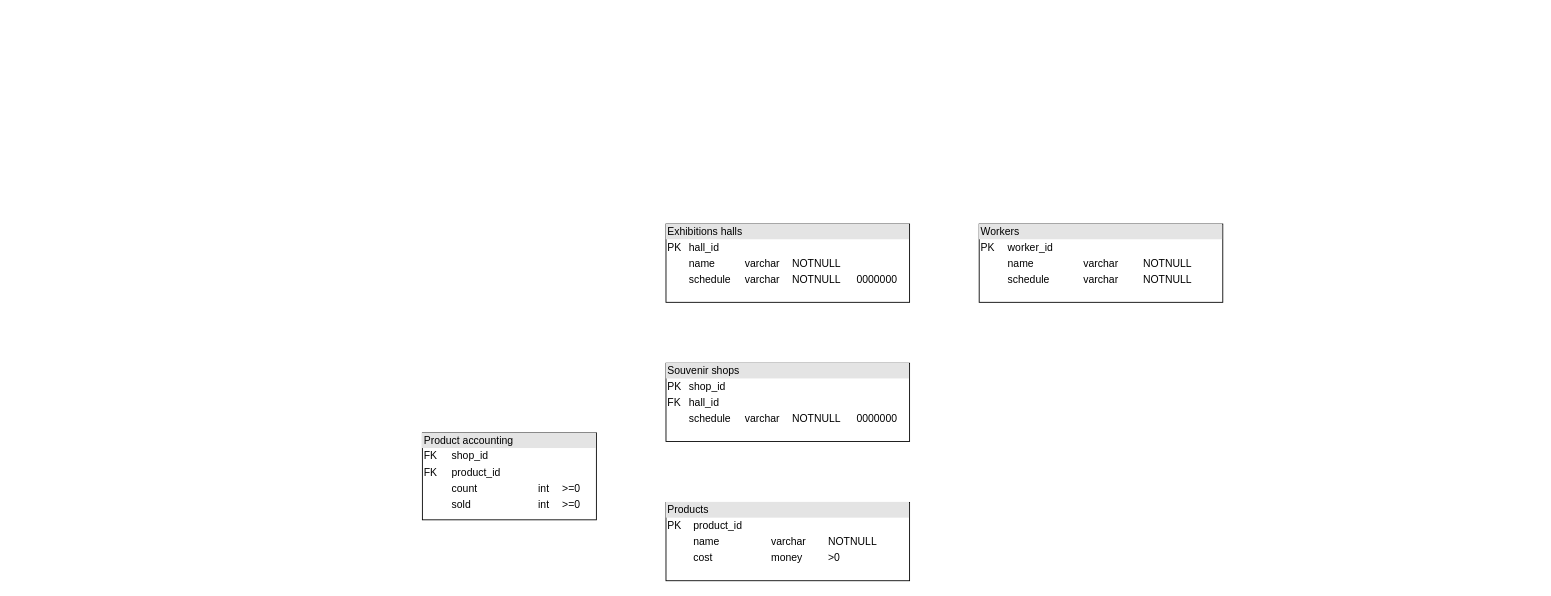
Above: Art_museum_Morozova_Kakoulina_Vokina.drawio in polyymorr/art-museum (draw.io), before the change. Source tidied: cells renumbered, new cells numbered last; positions are measured from the earlier drawing's top-left corner, leaving out a move shared by most shapes. Both pictures are drawn from the tidied source at 87%, with x=0, y=0 at pixel (422, 224).
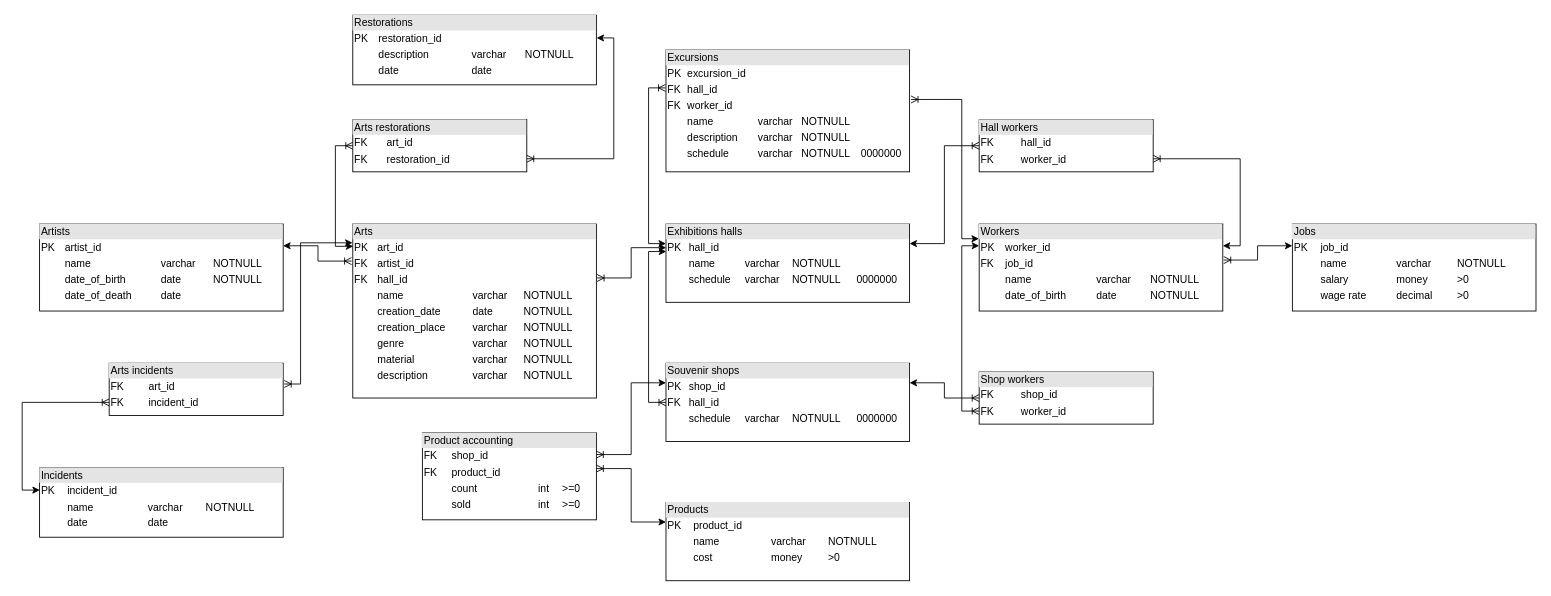
After the change.

The change refers to these unchanged cells:
```xml
<mxCell id="2" value="&lt;div style=&quot;box-sizing: border-box ; width: 100% ; background: #e4e4e4 ; padding: 2px&quot;&gt;Exhibitions halls&lt;/div&gt;&lt;table style=&quot;width: 100% ; font-size: 1em&quot; cellpadding=&quot;2&quot; cellspacing=&quot;0&quot;&gt;&lt;tbody&gt;&lt;tr&gt;&lt;td&gt;PK&lt;/td&gt;&lt;td&gt;hall_id&lt;br&gt;&lt;/td&gt;&lt;td&gt;&lt;br&gt;&lt;/td&gt;&lt;td&gt;&lt;br&gt;&lt;/td&gt;&lt;td&gt;&lt;br&gt;&lt;/td&gt;&lt;/tr&gt;&lt;tr&gt;&lt;td&gt;&lt;br&gt;&lt;/td&gt;&lt;td&gt;name&lt;/td&gt;&lt;td&gt;varchar&lt;/td&gt;&lt;td&gt;NOTNULL&lt;/td&gt;&lt;td&gt;&lt;br&gt;&lt;/td&gt;&lt;/tr&gt;&lt;tr&gt;&lt;td&gt;&lt;br&gt;&lt;/td&gt;&lt;td&gt;schedule&lt;/td&gt;&lt;td&gt;varchar&lt;/td&gt;&lt;td&gt;NOTNULL&lt;/td&gt;&lt;td&gt;0000000&lt;/td&gt;&lt;/tr&gt;&lt;/tbody&gt;&lt;/table&gt;" style="verticalAlign=top;align=left;overflow=fill;html=1;" parent="1" vertex="1">
  <mxGeometry x="280" width="280" height="90" as="geometry" />
</mxCell>
<mxCell id="3" value="&lt;div style=&quot;box-sizing: border-box ; width: 100% ; background: #e4e4e4 ; padding: 2px&quot;&gt;Souvenir shops&lt;/div&gt;&lt;table style=&quot;width: 100% ; font-size: 1em&quot; cellpadding=&quot;2&quot; cellspacing=&quot;0&quot;&gt;&lt;tbody&gt;&lt;tr&gt;&lt;td&gt;PK&lt;/td&gt;&lt;td&gt;shop_id&lt;br&gt;&lt;/td&gt;&lt;td&gt;&lt;br&gt;&lt;/td&gt;&lt;td&gt;&lt;br&gt;&lt;/td&gt;&lt;td&gt;&lt;br&gt;&lt;/td&gt;&lt;/tr&gt;&lt;tr&gt;&lt;td&gt;FK&lt;/td&gt;&lt;td&gt;hall_id&lt;br&gt;&lt;/td&gt;&lt;td&gt;&lt;/td&gt;&lt;td&gt;&lt;/td&gt;&lt;td&gt;&lt;/td&gt;&lt;/tr&gt;&lt;tr&gt;&lt;td&gt;&lt;br&gt;&lt;/td&gt;&lt;td&gt;schedule&lt;/td&gt;&lt;td&gt;varchar&lt;/td&gt;&lt;td&gt;NOTNULL&lt;/td&gt;&lt;td&gt;0000000&lt;/td&gt;&lt;/tr&gt;&lt;/tbody&gt;&lt;/table&gt;" style="verticalAlign=top;align=left;overflow=fill;html=1;" parent="1" vertex="1">
  <mxGeometry x="280" y="160" width="280" height="90" as="geometry" />
</mxCell>
<mxCell id="4" value="&lt;div style=&quot;box-sizing: border-box ; width: 100% ; background: #e4e4e4 ; padding: 2px&quot;&gt;Products&lt;/div&gt;&lt;table style=&quot;width: 100% ; font-size: 1em&quot; cellpadding=&quot;2&quot; cellspacing=&quot;0&quot;&gt;&lt;tbody&gt;&lt;tr&gt;&lt;td&gt;PK&lt;/td&gt;&lt;td&gt;product_id&lt;br&gt;&lt;/td&gt;&lt;td&gt;&lt;br&gt;&lt;/td&gt;&lt;td&gt;&lt;br&gt;&lt;/td&gt;&lt;td&gt;&lt;br&gt;&lt;/td&gt;&lt;/tr&gt;&lt;tr&gt;&lt;td&gt;&lt;br&gt;&lt;/td&gt;&lt;td&gt;name&lt;/td&gt;&lt;td&gt;varchar&lt;/td&gt;&lt;td&gt;NOTNULL&lt;/td&gt;&lt;td&gt;&lt;/td&gt;&lt;/tr&gt;&lt;tr&gt;&lt;td&gt;&lt;br&gt;&lt;/td&gt;&lt;td&gt;cost&lt;/td&gt;&lt;td&gt;money&lt;/td&gt;&lt;td&gt;&amp;gt;0&lt;/td&gt;&lt;td&gt;&lt;br&gt;&lt;/td&gt;&lt;/tr&gt;&lt;/tbody&gt;&lt;/table&gt;" style="verticalAlign=top;align=left;overflow=fill;html=1;" parent="1" vertex="1">
  <mxGeometry x="280" y="320" width="280" height="90" as="geometry" />
</mxCell>
<mxCell id="5" value="&lt;div style=&quot;box-sizing: border-box ; width: 100% ; background: rgb(228 , 228 , 228) ; padding: 2px&quot;&gt;Product accounting&lt;/div&gt;&lt;table style=&quot;width: 100% ; font-size: 1em&quot; cellpadding=&quot;2&quot; cellspacing=&quot;0&quot;&gt;&lt;tbody&gt;&lt;tr&gt;&lt;td&gt;FK&lt;/td&gt;&lt;td&gt;shop_id&lt;br&gt;&lt;/td&gt;&lt;td&gt;&lt;br&gt;&lt;/td&gt;&lt;td&gt;&lt;br&gt;&lt;/td&gt;&lt;/tr&gt;&lt;tr&gt;&lt;td&gt;FK&lt;/td&gt;&lt;td&gt;product_id&lt;/td&gt;&lt;td&gt;&lt;/td&gt;&lt;td&gt;&lt;br&gt;&lt;/td&gt;&lt;/tr&gt;&lt;tr&gt;&lt;td&gt;&lt;br&gt;&lt;/td&gt;&lt;td&gt;count&lt;/td&gt;&lt;td&gt;int&lt;/td&gt;&lt;td&gt;&amp;gt;=0&lt;/td&gt;&lt;/tr&gt;&lt;tr&gt;&lt;td&gt;&lt;br&gt;&lt;/td&gt;&lt;td&gt;sold&lt;/td&gt;&lt;td&gt;int&lt;/td&gt;&lt;td&gt;&amp;gt;=0&lt;/td&gt;&lt;/tr&gt;&lt;/tbody&gt;&lt;/table&gt;" style="verticalAlign=top;align=left;overflow=fill;html=1;" parent="1" vertex="1">
  <mxGeometry y="240" width="200" height="100" as="geometry" />
</mxCell>
```

What changed in the source:
```diff
@@
+    <mxCell id="7" style="edgeStyle=orthogonalEdgeStyle;rounded=0;jettySize=auto;html=1;exitX=0;exitY=0.5;exitDx=0;exitDy=0;entryX=0.001;entryY=0.351;entryDx=0;entryDy=0;entryPerimeter=0;startArrow=ERoneToMany;startFill=0;" parent="1" edge="1" source="3" target="2">
+      <mxGeometry relative="1" as="geometry" />
+    </mxCell>
@@
+    <mxCell id="8" style="edgeStyle=orthogonalEdgeStyle;rounded=0;jettySize=auto;html=1;exitX=1;exitY=0.25;exitDx=0;exitDy=0;entryX=0;entryY=0.25;entryDx=0;entryDy=0;startArrow=ERoneToMany;startFill=0;" parent="1" edge="1" source="5" target="3">
+      <mxGeometry relative="1" as="geometry" />
+    </mxCell>
+    <mxCell id="9" style="edgeStyle=orthogonalEdgeStyle;rounded=0;jettySize=auto;html=1;exitX=1;exitY=0.411;exitDx=0;exitDy=0;entryX=0;entryY=0.25;entryDx=0;entryDy=0;startArrow=ERoneToMany;startFill=0;exitPerimeter=0;" parent="1" edge="1" source="5" target="4">
+      <mxGeometry relative="1" as="geometry" />
+    </mxCell>
@@
+    <mxCell id="10" style="edgeStyle=orthogonalEdgeStyle;rounded=0;jettySize=auto;html=1;entryX=0;entryY=0.25;entryDx=0;entryDy=0;startArrow=ERoneToMany;startFill=0;exitX=1.004;exitY=0.414;exitDx=0;exitDy=0;exitPerimeter=0;" parent="1" edge="1" source="6" target="11">
+      <mxGeometry relative="1" as="geometry" />
+    </mxCell>
-    <mxCell id="6" value="&lt;div style=&quot;box-sizing: border-box ; width: 100% ; background: #e4e4e4 ; padding: 2px&quot;&gt;Workers&lt;/div&gt;&lt;table style=&quot;width: 100% ; font-size: 1em&quot; cellpadding=&quot;2&quot; cellspacing=&quot;0&quot;&gt;&lt;tbody&gt;&lt;tr&gt;&lt;td&gt;PK&lt;/td&gt;&lt;td&gt;worker_id&lt;br&gt;&lt;/td&gt;&lt;td&gt;&lt;br&gt;&lt;/td&gt;&lt;td&gt;&lt;br&gt;&lt;/td&gt;&lt;/tr&gt;&lt;tr&gt;&lt;td&gt;&lt;br&gt;&lt;/td&gt;&lt;td&gt;name&lt;/td&gt;&lt;td&gt;varchar&lt;/td&gt;&lt;td&gt;NOTNULL&lt;/td&gt;&lt;/tr&gt;&lt;tr&gt;&lt;td&gt;&lt;br&gt;&lt;/td&gt;&lt;td&gt;schedule&lt;/td&gt;&lt;td&gt;varchar&lt;/td&gt;&lt;td&gt;NOTNULL&lt;/td&gt;&lt;/tr&gt;&lt;/tbody&gt;&lt;/table&gt;" style="verticalAlign=top;align=left;overflow=fill;html=1;" parent="1" vertex="1">
-      <mxGeometry x="640" width="280" height="90" as="geometry" />
+    <mxCell id="6" value="&lt;div style=&quot;box-sizing: border-box ; width: 100% ; background: #e4e4e4 ; padding: 2px&quot;&gt;Workers&lt;/div&gt;&lt;table style=&quot;width: 100% ; font-size: 1em&quot; cellpadding=&quot;2&quot; cellspacing=&quot;0&quot;&gt;&lt;tbody&gt;&lt;tr&gt;&lt;td&gt;PK&lt;/td&gt;&lt;td&gt;worker_id&lt;br&gt;&lt;/td&gt;&lt;td&gt;&lt;br&gt;&lt;/td&gt;&lt;td&gt;&lt;br&gt;&lt;/td&gt;&lt;/tr&gt;&lt;tr&gt;&lt;td&gt;FK&lt;/td&gt;&lt;td&gt;job_id&lt;/td&gt;&lt;td&gt;&lt;br&gt;&lt;/td&gt;&lt;td&gt;&lt;br&gt;&lt;/td&gt;&lt;/tr&gt;&lt;tr&gt;&lt;td&gt;&lt;br&gt;&lt;/td&gt;&lt;td&gt;name&lt;/td&gt;&lt;td&gt;varchar&lt;/td&gt;&lt;td&gt;NOTNULL&lt;/td&gt;&lt;/tr&gt;&lt;tr&gt;&lt;td&gt;&lt;br&gt;&lt;/td&gt;&lt;td&gt;date_of_birth&lt;/td&gt;&lt;td&gt;date&lt;/td&gt;&lt;td&gt;NOTNULL&lt;/td&gt;&lt;/tr&gt;&lt;/tbody&gt;&lt;/table&gt;" style="verticalAlign=top;align=left;overflow=fill;html=1;" parent="1" vertex="1">
+      <mxGeometry x="640" width="280" height="100" as="geometry" />
     </mxCell>
+    <mxCell id="11" value="&lt;div style=&quot;box-sizing: border-box ; width: 100% ; background: #e4e4e4 ; padding: 2px&quot;&gt;Jobs&lt;/div&gt;&lt;table style=&quot;width: 100% ; font-size: 1em&quot; cellpadding=&quot;2&quot; cellspacing=&quot;0&quot;&gt;&lt;tbody&gt;&lt;tr&gt;&lt;td&gt;PK&lt;/td&gt;&lt;td&gt;job_id&lt;br&gt;&lt;/td&gt;&lt;td&gt;&lt;br&gt;&lt;/td&gt;&lt;td&gt;&lt;br&gt;&lt;/td&gt;&lt;/tr&gt;&lt;tr&gt;&lt;td&gt;&lt;br&gt;&lt;/td&gt;&lt;td&gt;name&lt;/td&gt;&lt;td&gt;varchar&lt;/td&gt;&lt;td&gt;NOTNULL&lt;/td&gt;&lt;/tr&gt;&lt;tr&gt;&lt;td&gt;&lt;br&gt;&lt;/td&gt;&lt;td&gt;salary&lt;/td&gt;&lt;td&gt;money&lt;/td&gt;&lt;td&gt;&amp;gt;0&lt;/td&gt;&lt;/tr&gt;&lt;tr&gt;&lt;td&gt;&lt;br&gt;&lt;/td&gt;&lt;td&gt;wage rate&lt;/td&gt;&lt;td&gt;decimal&lt;/td&gt;&lt;td&gt;&amp;gt;0&lt;/td&gt;&lt;/tr&gt;&lt;/tbody&gt;&lt;/table&gt;" style="verticalAlign=top;align=left;overflow=fill;html=1;" parent="1" vertex="1">
+      <mxGeometry x="1000" width="280" height="100" as="geometry" />
+    </mxCell>
+    <mxCell id="12" style="edgeStyle=orthogonalEdgeStyle;rounded=0;jettySize=auto;html=1;exitX=0;exitY=0.5;exitDx=0;exitDy=0;entryX=1;entryY=0.25;entryDx=0;entryDy=0;startArrow=ERoneToMany;startFill=0;" parent="1" edge="1" source="14" target="3">
+      <mxGeometry relative="1" as="geometry" />
+    </mxCell>
+    <mxCell id="13" style="edgeStyle=orthogonalEdgeStyle;rounded=0;jettySize=auto;html=1;exitX=0;exitY=0.75;exitDx=0;exitDy=0;entryX=0;entryY=0.25;entryDx=0;entryDy=0;startArrow=ERoneToMany;startFill=0;" parent="1" edge="1" source="14" target="6">
+      <mxGeometry relative="1" as="geometry" />
+    </mxCell>
+    <mxCell id="14" value="&lt;div style=&quot;box-sizing: border-box ; width: 100% ; background: rgb(228 , 228 , 228) ; padding: 2px&quot;&gt;Shop workers&lt;/div&gt;&lt;table style=&quot;width: 100% ; font-size: 1em&quot; cellpadding=&quot;2&quot; cellspacing=&quot;0&quot;&gt;&lt;tbody&gt;&lt;tr&gt;&lt;td&gt;FK&lt;/td&gt;&lt;td&gt;shop_id&lt;br&gt;&lt;/td&gt;&lt;td&gt;&lt;br&gt;&lt;/td&gt;&lt;td&gt;&lt;br&gt;&lt;/td&gt;&lt;/tr&gt;&lt;tr&gt;&lt;td&gt;FK&lt;/td&gt;&lt;td&gt;worker_id&lt;/td&gt;&lt;td&gt;&lt;/td&gt;&lt;td&gt;&lt;br&gt;&lt;/td&gt;&lt;/tr&gt;&lt;/tbody&gt;&lt;/table&gt;" style="verticalAlign=top;align=left;overflow=fill;html=1;" parent="1" vertex="1">
+      <mxGeometry x="640" y="170" width="200" height="60" as="geometry" />
+    </mxCell>
+    <mxCell id="15" style="edgeStyle=orthogonalEdgeStyle;rounded=0;jettySize=auto;html=1;exitX=0;exitY=0.5;exitDx=0;exitDy=0;entryX=1;entryY=0.25;entryDx=0;entryDy=0;startArrow=ERoneToMany;startFill=0;" parent="1" edge="1" source="17" target="2">
+      <mxGeometry relative="1" as="geometry" />
+    </mxCell>
+    <mxCell id="16" style="edgeStyle=orthogonalEdgeStyle;rounded=0;jettySize=auto;html=1;exitX=1;exitY=0.75;exitDx=0;exitDy=0;entryX=1;entryY=0.25;entryDx=0;entryDy=0;startArrow=ERoneToMany;startFill=0;" parent="1" edge="1" source="17" target="6">
+      <mxGeometry relative="1" as="geometry" />
+    </mxCell>
+    <mxCell id="17" value="&lt;div style=&quot;box-sizing: border-box ; width: 100% ; background: rgb(228 , 228 , 228) ; padding: 2px&quot;&gt;Hall workers&lt;/div&gt;&lt;table style=&quot;width: 100% ; font-size: 1em&quot; cellpadding=&quot;2&quot; cellspacing=&quot;0&quot;&gt;&lt;tbody&gt;&lt;tr&gt;&lt;td&gt;FK&lt;/td&gt;&lt;td&gt;hall_id&lt;br&gt;&lt;/td&gt;&lt;td&gt;&lt;br&gt;&lt;/td&gt;&lt;td&gt;&lt;br&gt;&lt;/td&gt;&lt;/tr&gt;&lt;tr&gt;&lt;td&gt;FK&lt;/td&gt;&lt;td&gt;worker_id&lt;/td&gt;&lt;td&gt;&lt;/td&gt;&lt;td&gt;&lt;br&gt;&lt;/td&gt;&lt;/tr&gt;&lt;/tbody&gt;&lt;/table&gt;" style="verticalAlign=top;align=left;overflow=fill;html=1;" parent="1" vertex="1">
+      <mxGeometry x="640" y="-120" width="200" height="60" as="geometry" />
+    </mxCell>
+    <mxCell id="18" style="edgeStyle=orthogonalEdgeStyle;rounded=0;jettySize=auto;html=1;exitX=-0.005;exitY=0.213;exitDx=0;exitDy=0;entryX=1;entryY=0.25;entryDx=0;entryDy=0;startArrow=ERoneToMany;startFill=0;exitPerimeter=0;" parent="1" edge="1" source="20" target="21">
+      <mxGeometry relative="1" as="geometry" />
+    </mxCell>
+    <mxCell id="19" style="edgeStyle=orthogonalEdgeStyle;rounded=0;jettySize=auto;html=1;exitX=1.003;exitY=0.31;exitDx=0;exitDy=0;entryX=0.001;entryY=0.302;entryDx=0;entryDy=0;entryPerimeter=0;startArrow=ERoneToMany;startFill=0;exitPerimeter=0;" parent="1" edge="1" source="20" target="2">
+      <mxGeometry relative="1" as="geometry" />
+    </mxCell>
+    <mxCell id="20" value="&lt;div style=&quot;box-sizing: border-box ; width: 100% ; background: #e4e4e4 ; padding: 2px&quot;&gt;Arts&lt;/div&gt;&lt;table style=&quot;width: 100% ; font-size: 1em&quot; cellpadding=&quot;2&quot; cellspacing=&quot;0&quot;&gt;&lt;tbody&gt;&lt;tr&gt;&lt;td&gt;PK&lt;/td&gt;&lt;td&gt;art_id&lt;br&gt;&lt;/td&gt;&lt;td&gt;&lt;br&gt;&lt;/td&gt;&lt;td&gt;&lt;br&gt;&lt;/td&gt;&lt;td&gt;&lt;br&gt;&lt;/td&gt;&lt;/tr&gt;&lt;tr&gt;&lt;td&gt;FK&lt;/td&gt;&lt;td&gt;artist_id&lt;/td&gt;&lt;td&gt;&lt;br&gt;&lt;/td&gt;&lt;td&gt;&lt;br&gt;&lt;/td&gt;&lt;td&gt;&lt;br&gt;&lt;/td&gt;&lt;/tr&gt;&lt;tr&gt;&lt;td&gt;FK&lt;/td&gt;&lt;td&gt;hall_id&lt;/td&gt;&lt;td&gt;&lt;br&gt;&lt;/td&gt;&lt;td&gt;&lt;br&gt;&lt;/td&gt;&lt;td&gt;&lt;br&gt;&lt;/td&gt;&lt;/tr&gt;&lt;tr&gt;&lt;td&gt;&lt;br&gt;&lt;/td&gt;&lt;td&gt;name&lt;/td&gt;&lt;td&gt;varchar&lt;/td&gt;&lt;td&gt;NOTNULL&lt;/td&gt;&lt;td&gt;&lt;br&gt;&lt;/td&gt;&lt;/tr&gt;&lt;tr&gt;&lt;td&gt;&lt;br&gt;&lt;/td&gt;&lt;td&gt;creation_date&lt;/td&gt;&lt;td&gt;date&lt;/td&gt;&lt;td&gt;NOTNULL&lt;/td&gt;&lt;td&gt;&lt;/td&gt;&lt;/tr&gt;&lt;tr&gt;&lt;td&gt;&lt;br&gt;&lt;/td&gt;&lt;td&gt;creation_place&lt;/td&gt;&lt;td&gt;varchar&lt;/td&gt;&lt;td&gt;NOTNULL&lt;/td&gt;&lt;td&gt;&lt;br&gt;&lt;/td&gt;&lt;/tr&gt;&lt;tr&gt;&lt;td&gt;&lt;br&gt;&lt;/td&gt;&lt;td&gt;genre&lt;/td&gt;&lt;td&gt;varchar&lt;/td&gt;&lt;td&gt;NOTNULL&lt;/td&gt;&lt;td&gt;&lt;br&gt;&lt;/td&gt;&lt;/tr&gt;&lt;tr&gt;&lt;td&gt;&lt;br&gt;&lt;/td&gt;&lt;td&gt;material&lt;/td&gt;&lt;td&gt;varchar&lt;/td&gt;&lt;td&gt;NOTNULL&lt;/td&gt;&lt;td&gt;&lt;br&gt;&lt;/td&gt;&lt;/tr&gt;&lt;tr&gt;&lt;td&gt;&lt;br&gt;&lt;/td&gt;&lt;td&gt;description&lt;/td&gt;&lt;td&gt;varchar&lt;/td&gt;&lt;td&gt;NOTNULL&lt;/td&gt;&lt;td&gt;&lt;br&gt;&lt;/td&gt;&lt;/tr&gt;&lt;/tbody&gt;&lt;/table&gt;" style="verticalAlign=top;align=left;overflow=fill;html=1;" parent="1" vertex="1">
+      <mxGeometry x="-80" width="280" height="200" as="geometry" />
+    </mxCell>
+    <mxCell id="21" value="&lt;div style=&quot;box-sizing: border-box ; width: 100% ; background: #e4e4e4 ; padding: 2px&quot;&gt;Artists&lt;/div&gt;&lt;table style=&quot;width: 100% ; font-size: 1em&quot; cellpadding=&quot;2&quot; cellspacing=&quot;0&quot;&gt;&lt;tbody&gt;&lt;tr&gt;&lt;td&gt;PK&lt;/td&gt;&lt;td&gt;artist_id&lt;br&gt;&lt;/td&gt;&lt;td&gt;&lt;br&gt;&lt;/td&gt;&lt;td&gt;&lt;br&gt;&lt;/td&gt;&lt;/tr&gt;&lt;tr&gt;&lt;td&gt;&lt;br&gt;&lt;/td&gt;&lt;td&gt;name&lt;/td&gt;&lt;td&gt;varchar&lt;/td&gt;&lt;td&gt;NOTNULL&lt;/td&gt;&lt;/tr&gt;&lt;tr&gt;&lt;td&gt;&lt;br&gt;&lt;/td&gt;&lt;td&gt;date_of_birth&lt;/td&gt;&lt;td&gt;date&lt;/td&gt;&lt;td&gt;NOTNULL&lt;/td&gt;&lt;/tr&gt;&lt;tr&gt;&lt;td&gt;&lt;br&gt;&lt;/td&gt;&lt;td&gt;date_of_death&lt;/td&gt;&lt;td&gt;date&lt;/td&gt;&lt;td&gt;&lt;br&gt;&lt;/td&gt;&lt;/tr&gt;&lt;/tbody&gt;&lt;/table&gt;" style="verticalAlign=top;align=left;overflow=fill;html=1;" parent="1" vertex="1">
+      <mxGeometry x="-440" width="280" height="100" as="geometry" />
+    </mxCell>
+    <mxCell id="22" value="&lt;div style=&quot;box-sizing: border-box ; width: 100% ; background: #e4e4e4 ; padding: 2px&quot;&gt;Incidents&lt;/div&gt;&lt;table style=&quot;width: 100% ; font-size: 1em&quot; cellpadding=&quot;2&quot; cellspacing=&quot;0&quot;&gt;&lt;tbody&gt;&lt;tr&gt;&lt;td&gt;PK&lt;/td&gt;&lt;td&gt;incident_id&lt;br&gt;&lt;/td&gt;&lt;td&gt;&lt;br&gt;&lt;/td&gt;&lt;td&gt;&lt;br&gt;&lt;/td&gt;&lt;/tr&gt;&lt;tr&gt;&lt;td&gt;&lt;br&gt;&lt;/td&gt;&lt;td&gt;name&lt;/td&gt;&lt;td&gt;varchar&lt;/td&gt;&lt;td&gt;NOTNULL&lt;/td&gt;&lt;/tr&gt;&lt;tr&gt;&lt;td&gt;&lt;br&gt;&lt;/td&gt;&lt;td&gt;date&lt;/td&gt;&lt;td&gt;date&lt;/td&gt;&lt;td&gt;&lt;br&gt;&lt;/td&gt;&lt;/tr&gt;&lt;/tbody&gt;&lt;/table&gt;" style="verticalAlign=top;align=left;overflow=fill;html=1;" parent="1" vertex="1">
+      <mxGeometry x="-440" y="280" width="280" height="80" as="geometry" />
+    </mxCell>
+    <mxCell id="23" style="edgeStyle=orthogonalEdgeStyle;rounded=0;jettySize=auto;html=1;exitX=1.006;exitY=0.398;exitDx=0;exitDy=0;entryX=-0.001;entryY=0.108;entryDx=0;entryDy=0;entryPerimeter=0;startArrow=ERoneToMany;startFill=0;exitPerimeter=0;" parent="1" edge="1" source="25" target="20">
+      <mxGeometry relative="1" as="geometry">
+        <Array as="points">
+          <mxPoint x="-140" y="184" />
+          <mxPoint x="-140" y="22" />
+        </Array>
+      </mxGeometry>
+    </mxCell>
+    <mxCell id="24" style="edgeStyle=orthogonalEdgeStyle;rounded=0;jettySize=auto;html=1;exitX=0;exitY=0.75;exitDx=0;exitDy=0;entryX=0.001;entryY=0.323;entryDx=0;entryDy=0;entryPerimeter=0;startArrow=ERoneToMany;startFill=0;" parent="1" edge="1" source="25" target="22">
+      <mxGeometry relative="1" as="geometry" />
+    </mxCell>
+    <mxCell id="25" value="&lt;div style=&quot;box-sizing: border-box ; width: 100% ; background: rgb(228 , 228 , 228) ; padding: 2px&quot;&gt;Arts incidents&lt;/div&gt;&lt;table style=&quot;width: 100% ; font-size: 1em&quot; cellpadding=&quot;2&quot; cellspacing=&quot;0&quot;&gt;&lt;tbody&gt;&lt;tr&gt;&lt;td&gt;FK&lt;/td&gt;&lt;td&gt;art_id&lt;br&gt;&lt;/td&gt;&lt;td&gt;&lt;br&gt;&lt;/td&gt;&lt;td&gt;&lt;br&gt;&lt;/td&gt;&lt;/tr&gt;&lt;tr&gt;&lt;td&gt;FK&lt;/td&gt;&lt;td&gt;incident_id&lt;/td&gt;&lt;td&gt;&lt;/td&gt;&lt;td&gt;&lt;br&gt;&lt;/td&gt;&lt;/tr&gt;&lt;/tbody&gt;&lt;/table&gt;" style="verticalAlign=top;align=left;overflow=fill;html=1;" parent="1" vertex="1">
+      <mxGeometry x="-360" y="160" width="200" height="60" as="geometry" />
+    </mxCell>
+    <mxCell id="26" style="edgeStyle=orthogonalEdgeStyle;rounded=0;jettySize=auto;html=1;exitX=-0.002;exitY=0.311;exitDx=0;exitDy=0;entryX=0;entryY=0.25;entryDx=0;entryDy=0;startArrow=ERoneToMany;startFill=0;exitPerimeter=0;" parent="1" edge="1" source="28" target="2">
+      <mxGeometry relative="1" as="geometry" />
+    </mxCell>
+    <mxCell id="27" style="edgeStyle=orthogonalEdgeStyle;rounded=0;jettySize=auto;html=1;exitX=1.006;exitY=0.406;exitDx=0;exitDy=0;entryX=-0.001;entryY=0.169;entryDx=0;entryDy=0;entryPerimeter=0;startArrow=ERoneToMany;startFill=0;exitPerimeter=0;" parent="1" edge="1" source="28" target="6">
+      <mxGeometry relative="1" as="geometry">
+        <Array as="points">
+          <mxPoint x="620" y="-143" />
+          <mxPoint x="620" y="17" />
+        </Array>
+      </mxGeometry>
+    </mxCell>
+    <mxCell id="28" value="&lt;div style=&quot;box-sizing: border-box ; width: 100% ; background: #e4e4e4 ; padding: 2px&quot;&gt;Excursions&lt;/div&gt;&lt;table style=&quot;width: 100% ; font-size: 1em&quot; cellpadding=&quot;2&quot; cellspacing=&quot;0&quot;&gt;&lt;tbody&gt;&lt;tr&gt;&lt;td&gt;PK&lt;/td&gt;&lt;td&gt;excursion_id&lt;br&gt;&lt;/td&gt;&lt;td&gt;&lt;br&gt;&lt;/td&gt;&lt;td&gt;&lt;br&gt;&lt;/td&gt;&lt;td&gt;&lt;br&gt;&lt;/td&gt;&lt;/tr&gt;&lt;tr&gt;&lt;td&gt;FK&lt;/td&gt;&lt;td&gt;hall_id&lt;/td&gt;&lt;td&gt;&lt;br&gt;&lt;/td&gt;&lt;td&gt;&lt;br&gt;&lt;/td&gt;&lt;td&gt;&lt;br&gt;&lt;/td&gt;&lt;/tr&gt;&lt;tr&gt;&lt;td&gt;FK&lt;/td&gt;&lt;td&gt;worker_id&lt;/td&gt;&lt;td&gt;&lt;br&gt;&lt;/td&gt;&lt;td&gt;&lt;br&gt;&lt;/td&gt;&lt;td&gt;&lt;br&gt;&lt;/td&gt;&lt;/tr&gt;&lt;tr&gt;&lt;td&gt;&lt;br&gt;&lt;/td&gt;&lt;td&gt;name&lt;/td&gt;&lt;td&gt;varchar&lt;/td&gt;&lt;td&gt;NOTNULL&lt;/td&gt;&lt;td&gt;&lt;br&gt;&lt;/td&gt;&lt;/tr&gt;&lt;tr&gt;&lt;td&gt;&lt;br&gt;&lt;/td&gt;&lt;td&gt;description&lt;/td&gt;&lt;td&gt;varchar&lt;/td&gt;&lt;td&gt;NOTNULL&lt;/td&gt;&lt;td&gt;&lt;br&gt;&lt;/td&gt;&lt;/tr&gt;&lt;tr&gt;&lt;td&gt;&lt;br&gt;&lt;/td&gt;&lt;td&gt;schedule&lt;/td&gt;&lt;td&gt;varchar&lt;/td&gt;&lt;td&gt;NOTNULL&lt;/td&gt;&lt;td&gt;0000000&lt;/td&gt;&lt;/tr&gt;&lt;/tbody&gt;&lt;/table&gt;" style="verticalAlign=top;align=left;overflow=fill;html=1;" parent="1" vertex="1">
+      <mxGeometry x="280" y="-200" width="280" height="140" as="geometry" />
+    </mxCell>
+    <mxCell id="29" value="&lt;div style=&quot;box-sizing: border-box ; width: 100% ; background: #e4e4e4 ; padding: 2px&quot;&gt;Restorations&lt;/div&gt;&lt;table style=&quot;width: 100% ; font-size: 1em&quot; cellpadding=&quot;2&quot; cellspacing=&quot;0&quot;&gt;&lt;tbody&gt;&lt;tr&gt;&lt;td&gt;PK&lt;/td&gt;&lt;td&gt;restoration_id&lt;br&gt;&lt;/td&gt;&lt;td&gt;&lt;br&gt;&lt;/td&gt;&lt;td&gt;&lt;br&gt;&lt;/td&gt;&lt;/tr&gt;&lt;tr&gt;&lt;td&gt;&lt;br&gt;&lt;/td&gt;&lt;td&gt;description&lt;/td&gt;&lt;td&gt;varchar&lt;/td&gt;&lt;td&gt;NOTNULL&lt;/td&gt;&lt;/tr&gt;&lt;tr&gt;&lt;td&gt;&lt;br&gt;&lt;/td&gt;&lt;td&gt;date&lt;/td&gt;&lt;td&gt;date&lt;/td&gt;&lt;td&gt;&lt;br&gt;&lt;/td&gt;&lt;/tr&gt;&lt;/tbody&gt;&lt;/table&gt;" style="verticalAlign=top;align=left;overflow=fill;html=1;" parent="1" vertex="1">
+      <mxGeometry x="-80" y="-240" width="280" height="80" as="geometry" />
+    </mxCell>
+    <mxCell id="30" style="edgeStyle=orthogonalEdgeStyle;rounded=0;jettySize=auto;html=1;exitX=1;exitY=0.75;exitDx=0;exitDy=0;entryX=1.001;entryY=0.326;entryDx=0;entryDy=0;entryPerimeter=0;startArrow=ERoneToMany;startFill=0;" parent="1" edge="1" source="32" target="29">
+      <mxGeometry relative="1" as="geometry" />
+    </mxCell>
+    <mxCell id="31" style="edgeStyle=orthogonalEdgeStyle;rounded=0;jettySize=auto;html=1;exitX=0;exitY=0.5;exitDx=0;exitDy=0;entryX=0.002;entryY=0.128;entryDx=0;entryDy=0;entryPerimeter=0;startArrow=ERoneToMany;startFill=0;" parent="1" edge="1" source="32" target="20">
+      <mxGeometry relative="1" as="geometry" />
+    </mxCell>
+    <mxCell id="32" value="&lt;div style=&quot;box-sizing: border-box ; width: 100% ; background: rgb(228 , 228 , 228) ; padding: 2px&quot;&gt;Arts restorations&lt;/div&gt;&lt;table style=&quot;width: 100% ; font-size: 1em&quot; cellpadding=&quot;2&quot; cellspacing=&quot;0&quot;&gt;&lt;tbody&gt;&lt;tr&gt;&lt;td&gt;FK&lt;/td&gt;&lt;td&gt;art_id&lt;br&gt;&lt;/td&gt;&lt;td&gt;&lt;br&gt;&lt;/td&gt;&lt;td&gt;&lt;br&gt;&lt;/td&gt;&lt;/tr&gt;&lt;tr&gt;&lt;td&gt;FK&lt;/td&gt;&lt;td&gt;restoration_id&lt;/td&gt;&lt;td&gt;&lt;/td&gt;&lt;td&gt;&lt;br&gt;&lt;/td&gt;&lt;/tr&gt;&lt;/tbody&gt;&lt;/table&gt;" style="verticalAlign=top;align=left;overflow=fill;html=1;" parent="1" vertex="1">
+      <mxGeometry x="-80" y="-120" width="200" height="60" as="geometry" />
+    </mxCell>
```
